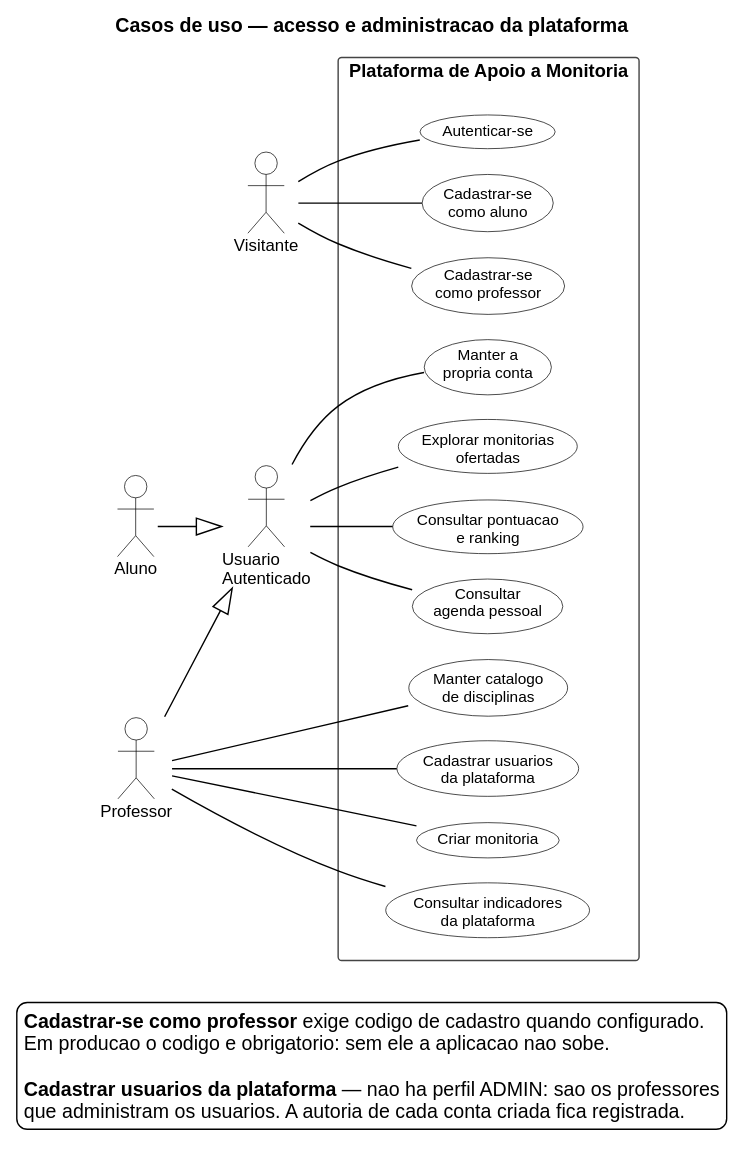
This is docs/diagramas/casos-de-uso-1-acesso.svg from Leonardo3737/tcc-backend, a PlantUML export, as it was before one commit.
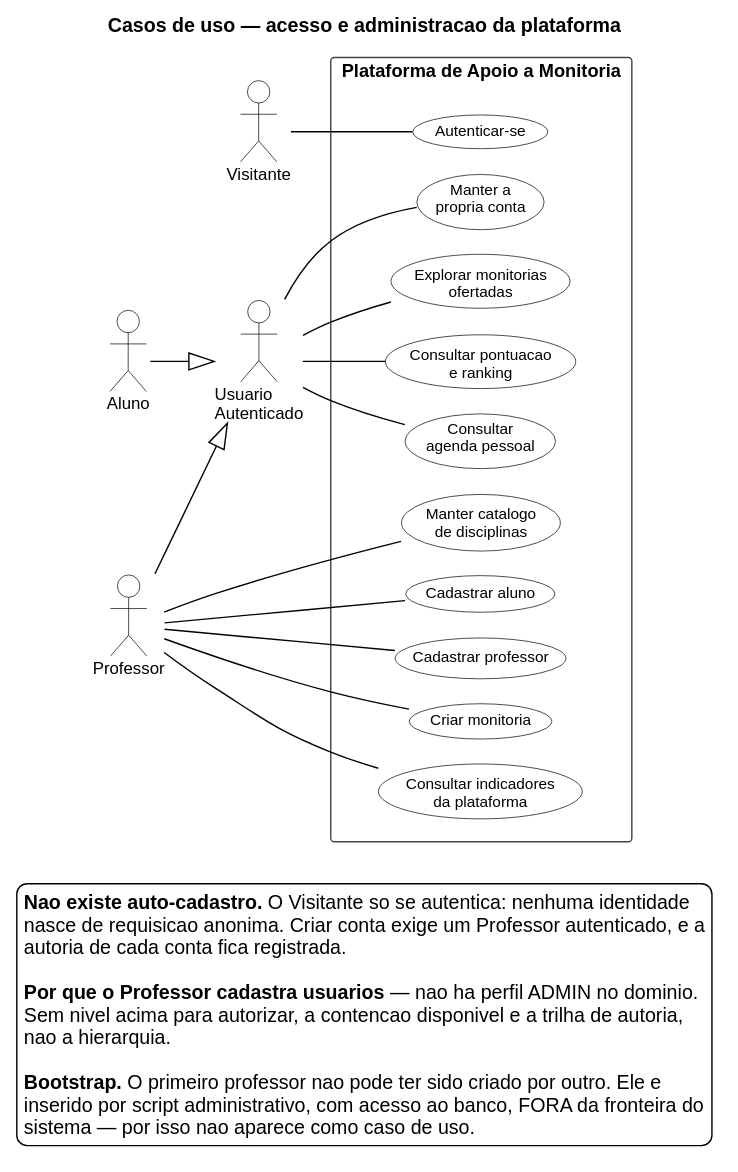
Above is the later version.

Diff of the diagram source:
```diff
@@ -14,8 +14,6 @@
 
 rectangle "Plataforma de Apoio a Monitoria" {
   usecase "Autenticar-se" as UC01
-  usecase "Cadastrar-se\ncomo aluno" as UC02
-  usecase "Cadastrar-se\ncomo professor" as UC03
 
   usecase "Manter a\npropria conta" as UC04
   usecase "Explorar monitorias\nofertadas" as UC05
@@ -23,14 +21,13 @@
   usecase "Consultar\nagenda pessoal" as UC07
 
   usecase "Manter catalogo\nde disciplinas" as UC08
-  usecase "Cadastrar usuarios\nda plataforma" as UC09
+  usecase "Cadastrar aluno" as UC09a
+  usecase "Cadastrar professor" as UC09b
   usecase "Criar monitoria" as UC10
   usecase "Consultar indicadores\nda plataforma" as UC11
 }
 
 Visitante -- UC01
-Visitante -- UC02
-Visitante -- UC03
 
 Usuario -- UC04
 Usuario -- UC05
@@ -38,15 +35,22 @@
 Usuario -- UC07
 
 Professor -- UC08
-Professor -- UC09
+Professor -- UC09a
+Professor -- UC09b
 Professor -- UC10
 Professor -- UC11
 
 legend bottom
-  **Cadastrar-se como professor** exige codigo de cadastro quando configurado.
-  Em producao o codigo e obrigatorio: sem ele a aplicacao nao sobe.
+  **Nao existe auto-cadastro.** O Visitante so se autentica: nenhuma identidade
+  nasce de requisicao anonima. Criar conta exige um Professor autenticado, e a
+  autoria de cada conta fica registrada.
 
-  **Cadastrar usuarios da plataforma** — nao ha perfil ADMIN: sao os professores
-  que administram os usuarios. A autoria de cada conta criada fica registrada.
+  **Por que o Professor cadastra usuarios** — nao ha perfil ADMIN no dominio.
+  Sem nivel acima para autorizar, a contencao disponivel e a trilha de autoria,
+  nao a hierarquia.
+
+  **Bootstrap.** O primeiro professor nao pode ter sido criado por outro. Ele e
+  inserido por script administrativo, com acesso ao banco, FORA da fronteira do
+  sistema — por isso nao aparece como caso de uso.
 endlegend
 @enduml
```
